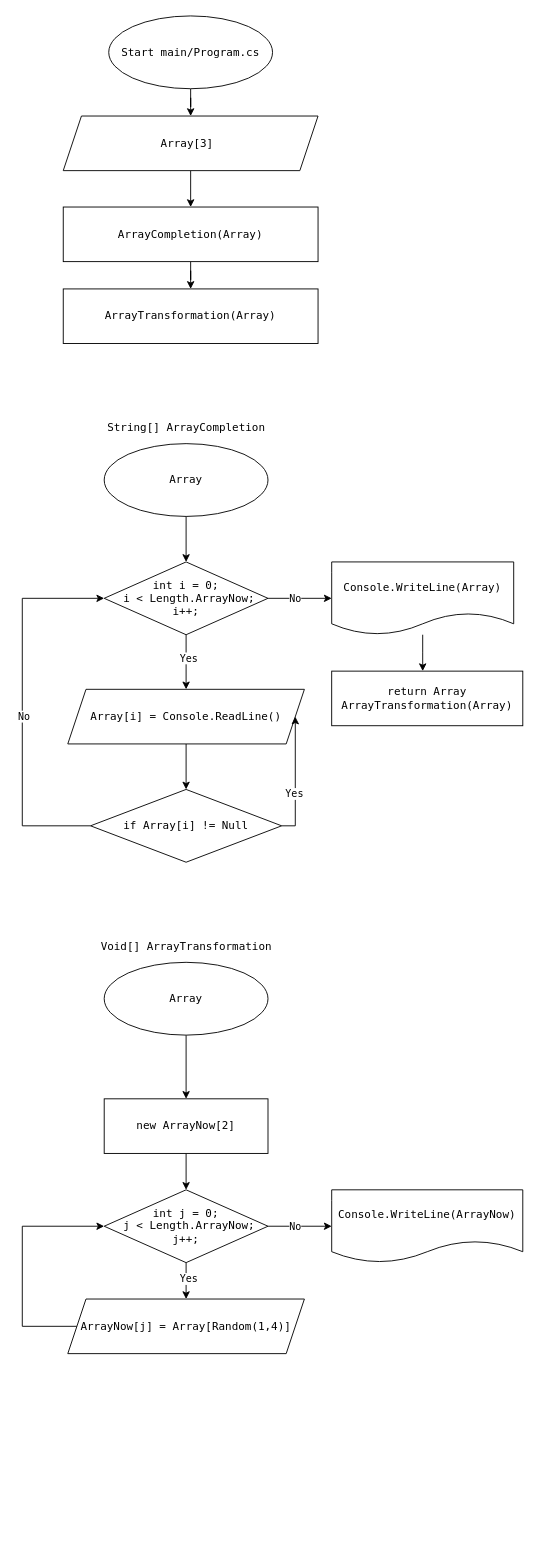
Above: Specialization_IyuninVA.drawio in iyuninva/Specialization_IyuninVA (draw.io), before the change. Source tidied: cells renumbered, new cells numbered last; positions are measured from the earlier drawing's top-left corner, leaving out a move shared by most shapes. Both pictures are drawn from the tidied source at 91%, with x=0, y=0 at pixel (22, 15).
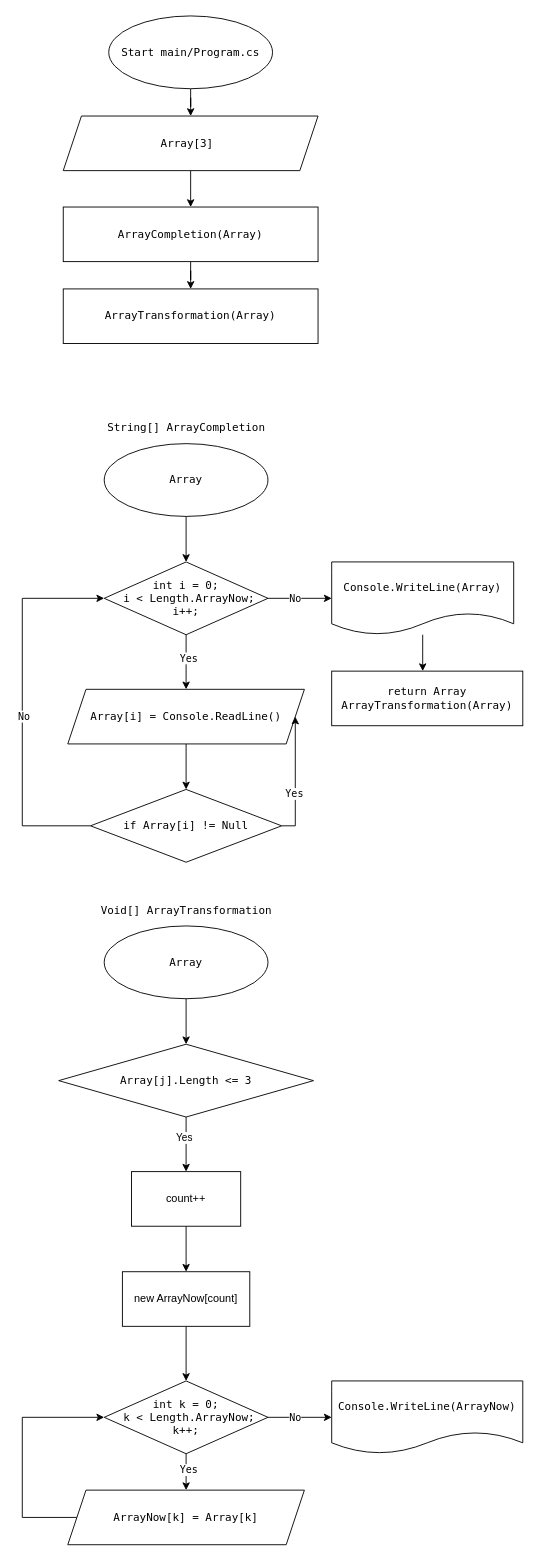
Above is the later version.

What changed in the source:
```diff
@@
-    <mxCell id="25" value="int j = 0;&lt;br&gt;&amp;nbsp;j &amp;lt; Length.ArrayNow;&lt;br&gt;j++;" style="rhombus;whiteSpace=wrap;html=1;fontFamily=Lucida Console;" parent="1" vertex="1">
-      <mxGeometry x="90" y="1290" width="180" height="80" as="geometry" />
+    <mxCell id="25" value="int k = 0;&lt;br&gt;&amp;nbsp;k &amp;lt; Length.ArrayNow;&lt;br&gt;k++;" style="rhombus;whiteSpace=wrap;html=1;fontFamily=Lucida Console;" parent="1" vertex="1">
+      <mxGeometry x="90" y="1500" width="180" height="80" as="geometry" />
     </mxCell>
-    <mxCell id="26" style="edgeStyle=orthogonalEdgeStyle;rounded=0;jettySize=auto;html=1;entryX=0.5;entryY=0;entryDx=0;entryDy=0;fontFamily=Lucida Console;" parent="1" edge="1" source="27" target="34">
-      <mxGeometry relative="1" as="geometry" />
-    </mxCell>
     <mxCell id="27" value="Array" style="ellipse;whiteSpace=wrap;html=1;fontFamily=Lucida Console;" parent="1" vertex="1">
-      <mxGeometry x="90" y="1040" width="180" height="80" as="geometry" />
+      <mxGeometry x="90" y="1000" width="180" height="80" as="geometry" />
     </mxCell>
     <mxCell id="28" style="edgeStyle=orthogonalEdgeStyle;rounded=0;jettySize=auto;html=1;fontFamily=Lucida Console;entryX=0;entryY=0.5;entryDx=0;entryDy=0;" parent="1" edge="1" source="29" target="25">
       <mxGeometry relative="1" as="geometry">
         <Array as="points">
-          <mxPoint y="1440" />
-          <mxPoint y="1330" />
+          <mxPoint y="1650" />
+          <mxPoint y="1540" />
         </Array>
       </mxGeometry>
     </mxCell>
-    <mxCell id="29" value="ArrayNow[j] = Array[Random(1,4)]" style="shape=parallelogram;perimeter=parallelogramPerimeter;whiteSpace=wrap;html=1;fixedSize=1;fontFamily=Lucida Console;" parent="1" vertex="1">
-      <mxGeometry x="50" y="1410" width="260" height="60" as="geometry" />
+    <mxCell id="29" value="ArrayNow[k] = Array[k]" style="shape=parallelogram;perimeter=parallelogramPerimeter;whiteSpace=wrap;html=1;fixedSize=1;fontFamily=Lucida Console;" parent="1" vertex="1">
+      <mxGeometry x="50" y="1620" width="260" height="60" as="geometry" />
     </mxCell>
     <mxCell id="30" value="Console.WriteLine(ArrayNow)" style="shape=document;whiteSpace=wrap;html=1;boundedLbl=1;fontFamily=Lucida Console;" parent="1" vertex="1">
-      <mxGeometry x="340" y="1290" width="210" height="80" as="geometry" />
+      <mxGeometry x="340" y="1500" width="210" height="80" as="geometry" />
     </mxCell>
     <mxCell id="31" value="Void[]&amp;nbsp;ArrayTransformation&lt;br&gt;&amp;nbsp;" style="text;html=1;align=center;verticalAlign=middle;strokeColor=none;fillColor=none;fontFamily=Lucida Console;" parent="1" vertex="1">
-      <mxGeometry x="75" y="1010" width="210" height="40" as="geometry" />
+      <mxGeometry x="75" y="970" width="210" height="40" as="geometry" />
     </mxCell>
@@
-    <mxCell id="33" style="edgeStyle=orthogonalEdgeStyle;rounded=0;jettySize=auto;html=1;entryX=0.5;entryY=0;entryDx=0;entryDy=0;fontFamily=Lucida Console;" parent="1" edge="1" source="34" target="25">
-      <mxGeometry relative="1" as="geometry" />
-    </mxCell>
-    <mxCell id="34" value="new ArrayNow[2]" style="rounded=0;whiteSpace=wrap;html=1;fontFamily=Lucida Console;" parent="1" vertex="1">
-      <mxGeometry x="90" y="1190" width="180" height="60" as="geometry" />
-    </mxCell>
+    <mxCell id="40" style="edgeStyle=orthogonalEdgeStyle;rounded=0;jettySize=auto;html=1;exitX=0.5;exitY=1;exitDx=0;exitDy=0;" parent="1" edge="1" source="27" target="43">
+      <mxGeometry relative="1" as="geometry" />
+    </mxCell>
@@
+    <mxCell id="41" style="edgeStyle=orthogonalEdgeStyle;rounded=0;jettySize=auto;html=1;entryX=0.5;entryY=0;entryDx=0;entryDy=0;" parent="1" edge="1" source="43" target="45">
+      <mxGeometry relative="1" as="geometry" />
+    </mxCell>
+    <mxCell id="42" value="Yes" style="edgeLabel;html=1;align=center;verticalAlign=middle;" parent="41" vertex="1">
+      <mxGeometry x="-0.27" y="-3" relative="1" as="geometry" />
+    </mxCell>
+    <mxCell id="43" value="Array[j].Length &amp;lt;= 3" style="rhombus;whiteSpace=wrap;html=1;fontFamily=Lucida Console;rounded=0;" parent="1" vertex="1">
+      <mxGeometry x="40" y="1130" width="280" height="80" as="geometry" />
+    </mxCell>
+    <mxCell id="44" style="edgeStyle=orthogonalEdgeStyle;rounded=0;jettySize=auto;html=1;entryX=0.5;entryY=0;entryDx=0;entryDy=0;" parent="1" edge="1" source="45" target="47">
+      <mxGeometry relative="1" as="geometry" />
+    </mxCell>
+    <mxCell id="45" value="count++" style="rounded=0;whiteSpace=wrap;html=1;" parent="1" vertex="1">
+      <mxGeometry x="120" y="1270" width="120" height="60" as="geometry" />
+    </mxCell>
+    <mxCell id="46" style="edgeStyle=orthogonalEdgeStyle;rounded=0;jettySize=auto;html=1;entryX=0.5;entryY=0;entryDx=0;entryDy=0;" parent="1" edge="1" source="47" target="25">
+      <mxGeometry relative="1" as="geometry" />
+    </mxCell>
+    <mxCell id="47" value="new ArrayNow[count]" style="rounded=0;whiteSpace=wrap;html=1;" parent="1" vertex="1">
+      <mxGeometry x="110" y="1380" width="140" height="60" as="geometry" />
+    </mxCell>
```
